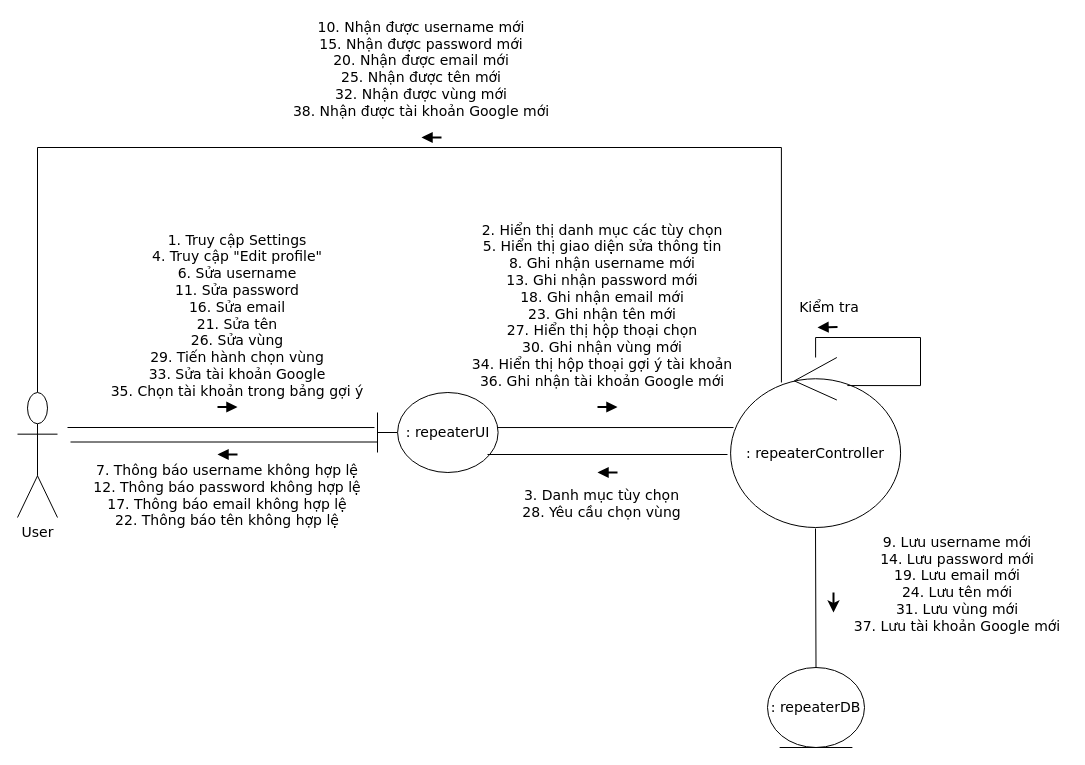
This is ToDoApp-Doc/Document/Diagram/Collaboration Diagram/ManageUserInfo/ManageUserInfo_CollaborationDiagram.drawio from Merevoli-DatLuu/To-Do-App, a draw.io file, before an edit. Source tidied: cells renumbered, new cells numbered last; positions are measured from the earlier drawing's top-left corner, leaving out a move shared by most shapes. Both pictures are drawn from the tidied source at 100%, with x=0, y=0 at pixel (17, 17).
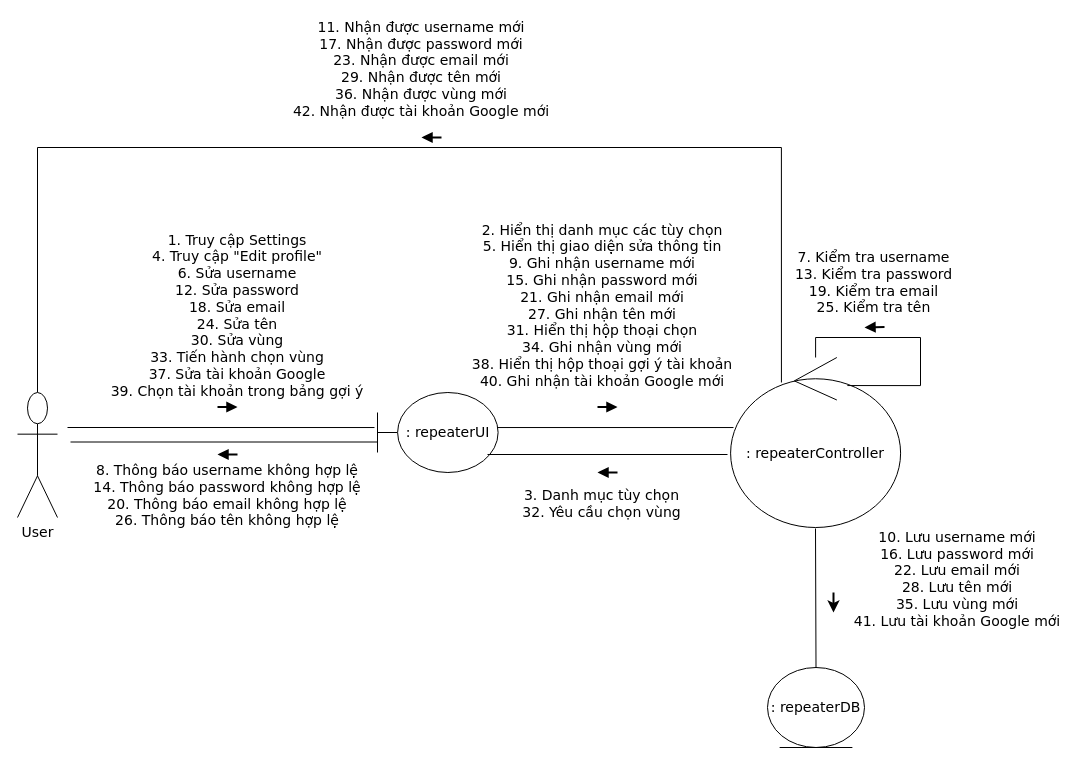
The same diagram, later.

Commit message (it also covers changes not shown here):
[Modified]: ManageUserInfo Collaboration diagram

The edit, as a diff of the source:
```diff
@@
     <mxCell id="8" style="endArrow=block;html=1;fontFamily=Verdana;fontSize=14;endFill=1;strokeWidth=2;" parent="1" edge="1">
       <mxGeometry relative="1" as="geometry">
-        <mxPoint x="820" y="309.5" as="sourcePoint" />
-        <mxPoint x="800" y="310" as="targetPoint" />
+        <mxPoint x="867" y="309.5" as="sourcePoint" />
+        <mxPoint x="847" y="310" as="targetPoint" />
       </mxGeometry>
     </mxCell>
-    <mxCell id="9" value="&lt;span style=&quot;background-color: rgb(255 , 255 , 255)&quot;&gt;Kiểm tra&lt;/span&gt;" style="text;html=1;strokeColor=none;fillColor=none;align=center;verticalAlign=middle;whiteSpace=wrap;rounded=0;fontFamily=Verdana;fontSize=14;" parent="1" vertex="1">
-      <mxGeometry x="777" y="280" width="70" height="20" as="geometry" />
+    <mxCell id="9" value="&lt;span style=&quot;background-color: rgb(255 , 255 , 255)&quot;&gt;7. Kiểm tra username&lt;br&gt;13. Kiểm tra password&lt;br&gt;19. Kiểm tra email&lt;br&gt;25. Kiểm tra tên&lt;br&gt;&lt;/span&gt;" style="text;html=1;strokeColor=none;fillColor=none;align=center;verticalAlign=middle;whiteSpace=wrap;rounded=0;fontFamily=Verdana;fontSize=14;" parent="1" vertex="1">
+      <mxGeometry x="760" y="230" width="193" height="70" as="geometry" />
     </mxCell>
@@
-    <mxCell id="13" value="&lt;span style=&quot;background-color: rgb(255 , 255 , 255)&quot;&gt;1. Truy cập Settings&lt;/span&gt;&lt;span style=&quot;background-color: rgb(255 , 255 , 255)&quot;&gt;&lt;br&gt;&lt;/span&gt;&lt;span style=&quot;background-color: rgb(255 , 255 , 255)&quot;&gt;4. Truy cập &quot;Edit profile&quot;&lt;/span&gt;&lt;span style=&quot;font-family: &amp;#34;verdana&amp;#34; ; background-color: rgb(255 , 255 , 255)&quot;&gt;&lt;br&gt;&lt;/span&gt;&lt;span style=&quot;background-color: rgb(255 , 255 , 255)&quot;&gt;6. Sửa username&lt;/span&gt;&lt;span style=&quot;background-color: rgb(255 , 255 , 255)&quot;&gt;&lt;br&gt;&lt;/span&gt;&lt;span style=&quot;background-color: rgb(255 , 255 , 255)&quot;&gt;11. Sửa password&lt;/span&gt;&lt;br&gt;&lt;span style=&quot;background-color: rgb(255 , 255 , 255)&quot;&gt;16. Sửa email&lt;/span&gt;&lt;span style=&quot;font-family: &amp;#34;verdana&amp;#34; ; background-color: rgb(255 , 255 , 255)&quot;&gt;&lt;br&gt;&lt;/span&gt;&lt;span style=&quot;background-color: rgb(255 , 255 , 255)&quot;&gt;21. Sửa tên&lt;/span&gt;&lt;span style=&quot;background-color: rgb(255 , 255 , 255)&quot;&gt;&lt;br&gt;&lt;/span&gt;&lt;span style=&quot;background-color: rgb(255 , 255 , 255)&quot;&gt;26. Sửa vùng&lt;/span&gt;&lt;span style=&quot;font-family: &amp;#34;verdana&amp;#34; ; background-color: rgb(255 , 255 , 255)&quot;&gt;&lt;br&gt;&lt;/span&gt;&lt;span style=&quot;background-color: rgb(255 , 255 , 255)&quot;&gt;29. Tiến hành chọn vùng&lt;/span&gt;&lt;span style=&quot;background-color: rgb(255 , 255 , 255)&quot;&gt;&lt;br&gt;&lt;/span&gt;&lt;span style=&quot;background-color: rgb(255 , 255 , 255)&quot;&gt;33. Sửa tài khoản Google&lt;/span&gt;&lt;span style=&quot;background-color: rgb(255 , 255 , 255)&quot;&gt;&lt;br&gt;&lt;/span&gt;&lt;span style=&quot;background-color: rgb(255 , 255 , 255)&quot;&gt;35. Chọn tài khoản trong bảng gợi ý&lt;/span&gt;&lt;span style=&quot;font-family: &amp;#34;verdana&amp;#34; ; background-color: rgb(255 , 255 , 255)&quot;&gt;&lt;br&gt;&lt;/span&gt;" style="text;html=1;strokeColor=none;fillColor=none;align=center;verticalAlign=middle;whiteSpace=wrap;rounded=0;fontFamily=Verdana;fontSize=14;" parent="1" vertex="1">
+    <mxCell id="13" value="&lt;span style=&quot;background-color: rgb(255 , 255 , 255)&quot;&gt;1. Truy cập Settings&lt;/span&gt;&lt;span style=&quot;background-color: rgb(255 , 255 , 255)&quot;&gt;&lt;br&gt;&lt;/span&gt;&lt;span style=&quot;background-color: rgb(255 , 255 , 255)&quot;&gt;4. Truy cập &quot;Edit profile&quot;&lt;/span&gt;&lt;span style=&quot;font-family: &amp;#34;verdana&amp;#34; ; background-color: rgb(255 , 255 , 255)&quot;&gt;&lt;br&gt;&lt;/span&gt;&lt;span style=&quot;background-color: rgb(255 , 255 , 255)&quot;&gt;6. Sửa username&lt;/span&gt;&lt;span style=&quot;background-color: rgb(255 , 255 , 255)&quot;&gt;&lt;br&gt;&lt;/span&gt;&lt;span style=&quot;background-color: rgb(255 , 255 , 255)&quot;&gt;12. Sửa password&lt;/span&gt;&lt;br&gt;&lt;span style=&quot;background-color: rgb(255 , 255 , 255)&quot;&gt;18. Sửa email&lt;/span&gt;&lt;span style=&quot;font-family: &amp;#34;verdana&amp;#34; ; background-color: rgb(255 , 255 , 255)&quot;&gt;&lt;br&gt;&lt;/span&gt;&lt;span style=&quot;background-color: rgb(255 , 255 , 255)&quot;&gt;24. Sửa tên&lt;/span&gt;&lt;span style=&quot;background-color: rgb(255 , 255 , 255)&quot;&gt;&lt;br&gt;&lt;/span&gt;&lt;span style=&quot;background-color: rgb(255 , 255 , 255)&quot;&gt;30. Sửa vùng&lt;/span&gt;&lt;span style=&quot;font-family: &amp;#34;verdana&amp;#34; ; background-color: rgb(255 , 255 , 255)&quot;&gt;&lt;br&gt;&lt;/span&gt;&lt;span style=&quot;background-color: rgb(255 , 255 , 255)&quot;&gt;33. Tiến hành chọn vùng&lt;/span&gt;&lt;span style=&quot;background-color: rgb(255 , 255 , 255)&quot;&gt;&lt;br&gt;&lt;/span&gt;&lt;span style=&quot;background-color: rgb(255 , 255 , 255)&quot;&gt;37. Sửa tài khoản Google&lt;/span&gt;&lt;span style=&quot;background-color: rgb(255 , 255 , 255)&quot;&gt;&lt;br&gt;&lt;/span&gt;&lt;span style=&quot;background-color: rgb(255 , 255 , 255)&quot;&gt;39. Chọn tài khoản trong bảng gợi ý&lt;/span&gt;&lt;span style=&quot;font-family: &amp;#34;verdana&amp;#34; ; background-color: rgb(255 , 255 , 255)&quot;&gt;&lt;br&gt;&lt;/span&gt;" style="text;html=1;strokeColor=none;fillColor=none;align=center;verticalAlign=middle;whiteSpace=wrap;rounded=0;fontFamily=Verdana;fontSize=14;" parent="1" vertex="1">
       <mxGeometry x="90" y="210" width="260" height="175" as="geometry" />
     </mxCell>
@@
-    <mxCell id="15" value="&lt;span style=&quot;background-color: rgb(255 , 255 , 255)&quot;&gt;2. Hiển thị danh mục các tùy chọn&lt;/span&gt;&lt;br&gt;&lt;span style=&quot;background-color: rgb(255 , 255 , 255)&quot;&gt;5. Hiển thị giao diện sửa thông tin&lt;/span&gt;&lt;br&gt;&lt;span style=&quot;background-color: rgb(255 , 255 , 255)&quot;&gt;8. Ghi nhận username mới&lt;/span&gt;&lt;br&gt;&lt;span style=&quot;background-color: rgb(255 , 255 , 255)&quot;&gt;13. Ghi nhận password mới&lt;/span&gt;&lt;br&gt;&lt;span style=&quot;background-color: rgb(255 , 255 , 255)&quot;&gt;18. Ghi nhận email mới&lt;/span&gt;&lt;br&gt;&lt;span style=&quot;background-color: rgb(255 , 255 , 255)&quot;&gt;23. Ghi nhận tên mới&lt;/span&gt;&lt;br&gt;&lt;span style=&quot;background-color: rgb(255 , 255 , 255)&quot;&gt;27. Hiển thị hộp thoại chọn&lt;/span&gt;&lt;span style=&quot;font-family: &amp;#34;verdana&amp;#34; ; background-color: rgb(255 , 255 , 255)&quot;&gt;&lt;br&gt;&lt;/span&gt;&lt;span style=&quot;background-color: rgb(255 , 255 , 255)&quot;&gt;30. Ghi nhận vùng mới&lt;/span&gt;&lt;span style=&quot;background-color: rgb(255 , 255 , 255)&quot;&gt;&lt;br&gt;&lt;/span&gt;&lt;span style=&quot;background-color: rgb(255 , 255 , 255)&quot;&gt;34. Hiển thị hộp thoại gợi ý tài khoản&lt;/span&gt;&lt;span style=&quot;background-color: rgb(255 , 255 , 255)&quot;&gt;&lt;br&gt;&lt;/span&gt;&lt;span style=&quot;background-color: rgb(255 , 255 , 255)&quot;&gt;36. Ghi nhận tài khoản Google mới&lt;/span&gt;&lt;span style=&quot;font-family: &amp;#34;verdana&amp;#34; ; background-color: rgb(255 , 255 , 255)&quot;&gt;&lt;br&gt;&lt;/span&gt;" style="text;html=1;strokeColor=none;fillColor=none;align=center;verticalAlign=middle;whiteSpace=wrap;rounded=0;fontFamily=Verdana;fontSize=14;" parent="1" vertex="1">
+    <mxCell id="15" value="&lt;span style=&quot;background-color: rgb(255 , 255 , 255)&quot;&gt;2. Hiển thị danh mục các tùy chọn&lt;/span&gt;&lt;br&gt;&lt;span style=&quot;background-color: rgb(255 , 255 , 255)&quot;&gt;5. Hiển thị giao diện sửa thông tin&lt;/span&gt;&lt;br&gt;&lt;span style=&quot;background-color: rgb(255 , 255 , 255)&quot;&gt;9. Ghi nhận username mới&lt;/span&gt;&lt;br&gt;&lt;span style=&quot;background-color: rgb(255 , 255 , 255)&quot;&gt;15. Ghi nhận password mới&lt;/span&gt;&lt;br&gt;&lt;span style=&quot;background-color: rgb(255 , 255 , 255)&quot;&gt;21. Ghi nhận email mới&lt;/span&gt;&lt;br&gt;&lt;span style=&quot;background-color: rgb(255 , 255 , 255)&quot;&gt;27. Ghi nhận tên mới&lt;/span&gt;&lt;br&gt;&lt;span style=&quot;background-color: rgb(255 , 255 , 255)&quot;&gt;31. Hiển thị hộp thoại chọn&lt;/span&gt;&lt;span style=&quot;font-family: &amp;#34;verdana&amp;#34; ; background-color: rgb(255 , 255 , 255)&quot;&gt;&lt;br&gt;&lt;/span&gt;&lt;span style=&quot;background-color: rgb(255 , 255 , 255)&quot;&gt;34. Ghi nhận vùng mới&lt;/span&gt;&lt;span style=&quot;background-color: rgb(255 , 255 , 255)&quot;&gt;&lt;br&gt;&lt;/span&gt;&lt;span style=&quot;background-color: rgb(255 , 255 , 255)&quot;&gt;38. Hiển thị hộp thoại gợi ý tài khoản&lt;/span&gt;&lt;span style=&quot;background-color: rgb(255 , 255 , 255)&quot;&gt;&lt;br&gt;&lt;/span&gt;&lt;span style=&quot;background-color: rgb(255 , 255 , 255)&quot;&gt;40. Ghi nhận tài khoản Google mới&lt;/span&gt;&lt;span style=&quot;font-family: &amp;#34;verdana&amp;#34; ; background-color: rgb(255 , 255 , 255)&quot;&gt;&lt;br&gt;&lt;/span&gt;" style="text;html=1;strokeColor=none;fillColor=none;align=center;verticalAlign=middle;whiteSpace=wrap;rounded=0;fontFamily=Verdana;fontSize=14;" parent="1" vertex="1">
       <mxGeometry x="450" y="200" width="270" height="175" as="geometry" />
     </mxCell>
-    <mxCell id="16" value="&lt;span style=&quot;background-color: rgb(255 , 255 , 255)&quot;&gt;9. Lưu username mới&lt;/span&gt;&lt;span style=&quot;background-color: rgb(255 , 255 , 255)&quot;&gt;&lt;br&gt;&lt;/span&gt;&lt;span style=&quot;background-color: rgb(255 , 255 , 255)&quot;&gt;14. Lưu password mới&lt;br&gt;&lt;/span&gt;&lt;span style=&quot;background-color: rgb(255 , 255 , 255)&quot;&gt;19. Lưu email mới&lt;/span&gt;&lt;span style=&quot;background-color: rgb(255 , 255 , 255)&quot;&gt;&lt;br&gt;&lt;/span&gt;&lt;span style=&quot;background-color: rgb(255 , 255 , 255)&quot;&gt;24. Lưu tên mới&lt;/span&gt;&lt;span style=&quot;background-color: rgb(255 , 255 , 255)&quot;&gt;&lt;br&gt;&lt;/span&gt;&lt;span style=&quot;background-color: rgb(255 , 255 , 255)&quot;&gt;31. Lưu vùng mới&lt;/span&gt;&lt;span style=&quot;background-color: rgb(255 , 255 , 255)&quot;&gt;&lt;br&gt;&lt;/span&gt;&lt;span style=&quot;background-color: rgb(255 , 255 , 255)&quot;&gt;37. Lưu tài khoản Google mới&lt;/span&gt;&lt;span style=&quot;background-color: rgb(255 , 255 , 255)&quot;&gt;&lt;br&gt;&lt;/span&gt;&lt;span style=&quot;background-color: rgb(255 , 255 , 255)&quot;&gt;&lt;br&gt;&lt;/span&gt;" style="text;html=1;strokeColor=none;fillColor=none;align=center;verticalAlign=middle;whiteSpace=wrap;rounded=0;fontFamily=Verdana;fontSize=14;" parent="1" vertex="1">
-      <mxGeometry x="830" y="520" width="220" height="110" as="geometry" />
+    <mxCell id="16" value="&lt;span style=&quot;background-color: rgb(255 , 255 , 255)&quot;&gt;10. Lưu username mới&lt;/span&gt;&lt;span style=&quot;background-color: rgb(255 , 255 , 255)&quot;&gt;&lt;br&gt;&lt;/span&gt;&lt;span style=&quot;background-color: rgb(255 , 255 , 255)&quot;&gt;16. Lưu password mới&lt;br&gt;&lt;/span&gt;&lt;span style=&quot;background-color: rgb(255 , 255 , 255)&quot;&gt;22. Lưu email mới&lt;/span&gt;&lt;span style=&quot;background-color: rgb(255 , 255 , 255)&quot;&gt;&lt;br&gt;&lt;/span&gt;&lt;span style=&quot;background-color: rgb(255 , 255 , 255)&quot;&gt;28. Lưu tên mới&lt;/span&gt;&lt;span style=&quot;background-color: rgb(255 , 255 , 255)&quot;&gt;&lt;br&gt;&lt;/span&gt;&lt;span style=&quot;background-color: rgb(255 , 255 , 255)&quot;&gt;35. Lưu vùng mới&lt;/span&gt;&lt;span style=&quot;background-color: rgb(255 , 255 , 255)&quot;&gt;&lt;br&gt;&lt;/span&gt;&lt;span style=&quot;background-color: rgb(255 , 255 , 255)&quot;&gt;41. Lưu tài khoản Google mới&lt;/span&gt;&lt;span style=&quot;background-color: rgb(255 , 255 , 255)&quot;&gt;&lt;br&gt;&lt;/span&gt;&lt;span style=&quot;background-color: rgb(255 , 255 , 255)&quot;&gt;&lt;br&gt;&lt;/span&gt;" style="text;html=1;strokeColor=none;fillColor=none;align=center;verticalAlign=middle;whiteSpace=wrap;rounded=0;fontFamily=Verdana;fontSize=14;" parent="1" vertex="1">
+      <mxGeometry x="830" y="510" width="220" height="120" as="geometry" />
     </mxCell>
@@
-    <mxCell id="20" value="&lt;span style=&quot;background-color: rgb(255 , 255 , 255)&quot;&gt;3. Danh mục tùy chọn&lt;/span&gt;&lt;span style=&quot;background-color: rgb(255 , 255 , 255)&quot;&gt;&lt;br&gt;&lt;/span&gt;&lt;span style=&quot;background-color: rgb(255 , 255 , 255)&quot;&gt;28. Yêu cầu chọn vùng&lt;/span&gt;&lt;span style=&quot;color: rgba(0 , 0 , 0 , 0) ; font-family: monospace ; font-size: 0px&quot;&gt;3CmxGraphModel%3E%3Croot%3E%3CmxCell%20id%3D%220%22%2F%3E%3CmxCell%20id%3D%221%22%20parent%3D%220%22%2F%3E%3CmxCell%20id%3D%222%22%20value%3D%22%26lt%3Bspan%20style%3D%26quot%3Bbackground-color%3A%20rgb(255%20%2C%20255%20%2C%20255)%26quot%3B%26gt%3B46.%20%C4%90%E1%BB%8Dc%20danh%20s%C3%A1ch%26lt%3B%2Fspan%26gt%3B%22%20style%3D%22text%3Bhtml%3D1%3BstrokeColor%3Dnone%3BfillColor%3Dnone%3Balign%3Dcenter%3BverticalAlign%3Dmiddle%3BwhiteSpace%3Dwrap%3Brounded%3D0%3BfontFamily%3DVerdana%3BfontSize%3D14%3B%22%20vertex%3D%221%22%20parent%3D%221%22%3E%3CmxGeometry%20x%3D%22616.88%22%20y%3D%22780%22%20width%3D%22136.25%22%20height%3D%2220%22%20as%3D%22geometry%22%2F%3E%3C%2FmxCell%3E%3C%2Froot%3E%3C%2FmxGraphModel%3E&lt;/span&gt;&lt;span style=&quot;background-color: rgb(255 , 255 , 255)&quot;&gt;&lt;br&gt;&lt;/span&gt;&lt;span style=&quot;background-color: rgb(255 , 255 , 255)&quot;&gt;&lt;br&gt;&lt;/span&gt;" style="text;html=1;strokeColor=none;fillColor=none;align=center;verticalAlign=middle;whiteSpace=wrap;rounded=0;fontFamily=Verdana;fontSize=14;" parent="1" vertex="1">
+    <mxCell id="20" value="&lt;span style=&quot;background-color: rgb(255 , 255 , 255)&quot;&gt;3. Danh mục tùy chọn&lt;/span&gt;&lt;span style=&quot;background-color: rgb(255 , 255 , 255)&quot;&gt;&lt;br&gt;&lt;/span&gt;&lt;span style=&quot;background-color: rgb(255 , 255 , 255)&quot;&gt;32. Yêu cầu chọn vùng&lt;/span&gt;&lt;span style=&quot;color: rgba(0 , 0 , 0 , 0) ; font-family: monospace ; font-size: 0px&quot;&gt;3CmxGraphModel%3E%3Croot%3E%3CmxCell%20id%3D%220%22%2F%3E%3CmxCell%20id%3D%221%22%20parent%3D%220%22%2F%3E%3CmxCell%20id%3D%222%22%20value%3D%22%26lt%3Bspan%20style%3D%26quot%3Bbackground-color%3A%20rgb(255%20%2C%20255%20%2C%20255)%26quot%3B%26gt%3B46.%20%C4%90%E1%BB%8Dc%20danh%20s%C3%A1ch%26lt%3B%2Fspan%26gt%3B%22%20style%3D%22text%3Bhtml%3D1%3BstrokeColor%3Dnone%3BfillColor%3Dnone%3Balign%3Dcenter%3BverticalAlign%3Dmiddle%3BwhiteSpace%3Dwrap%3Brounded%3D0%3BfontFamily%3DVerdana%3BfontSize%3D14%3B%22%20vertex%3D%221%22%20parent%3D%221%22%3E%3CmxGeometry%20x%3D%22616.88%22%20y%3D%22780%22%20width%3D%22136.25%22%20height%3D%2220%22%20as%3D%22geometry%22%2F%3E%3C%2FmxCell%3E%3C%2Froot%3E%3C%2FmxGraphModel%3E&lt;/span&gt;&lt;span style=&quot;background-color: rgb(255 , 255 , 255)&quot;&gt;&lt;br&gt;&lt;/span&gt;&lt;span style=&quot;background-color: rgb(255 , 255 , 255)&quot;&gt;&lt;br&gt;&lt;/span&gt;" style="text;html=1;strokeColor=none;fillColor=none;align=center;verticalAlign=middle;whiteSpace=wrap;rounded=0;fontFamily=Verdana;fontSize=14;" parent="1" vertex="1">
       <mxGeometry x="500.3" y="470" width="169.4" height="50" as="geometry" />
     </mxCell>
@@
-    <mxCell id="22" value="&lt;span style=&quot;background-color: rgb(255 , 255 , 255)&quot;&gt;10. Nhận được username mới&lt;/span&gt;&lt;span style=&quot;background-color: rgb(255 , 255 , 255)&quot;&gt;&lt;br&gt;&lt;/span&gt;&lt;span style=&quot;background-color: rgb(255 , 255 , 255)&quot;&gt;15. Nhận được&amp;nbsp;password mới&lt;br&gt;&lt;/span&gt;&lt;span style=&quot;background-color: rgb(255 , 255 , 255)&quot;&gt;20. Nhận được&amp;nbsp;email mới&lt;/span&gt;&lt;span style=&quot;background-color: rgb(255 , 255 , 255)&quot;&gt;&lt;br&gt;&lt;/span&gt;&lt;span style=&quot;background-color: rgb(255 , 255 , 255)&quot;&gt;25. Nhận được&amp;nbsp;tên mới&lt;/span&gt;&lt;span style=&quot;background-color: rgb(255 , 255 , 255)&quot;&gt;&lt;br&gt;&lt;/span&gt;&lt;span style=&quot;background-color: rgb(255 , 255 , 255)&quot;&gt;32. Nhận được&amp;nbsp;vùng mới&lt;br&gt;&lt;/span&gt;&lt;span style=&quot;background-color: rgb(255 , 255 , 255)&quot;&gt;38. Nhận được&amp;nbsp;tài khoản Google mới&lt;/span&gt;&lt;span style=&quot;background-color: rgb(255 , 255 , 255)&quot;&gt;&lt;br&gt;&lt;/span&gt;&lt;span style=&quot;background-color: rgb(255 , 255 , 255)&quot;&gt;&lt;br&gt;&lt;/span&gt;" style="text;html=1;strokeColor=none;fillColor=none;align=center;verticalAlign=middle;whiteSpace=wrap;rounded=0;fontFamily=Verdana;fontSize=14;" parent="1" vertex="1">
+    <mxCell id="22" value="&lt;span style=&quot;background-color: rgb(255 , 255 , 255)&quot;&gt;11. Nhận được username mới&lt;/span&gt;&lt;span style=&quot;background-color: rgb(255 , 255 , 255)&quot;&gt;&lt;br&gt;&lt;/span&gt;&lt;span style=&quot;background-color: rgb(255 , 255 , 255)&quot;&gt;17. Nhận được&amp;nbsp;password mới&lt;br&gt;&lt;/span&gt;&lt;span style=&quot;background-color: rgb(255 , 255 , 255)&quot;&gt;23. Nhận được&amp;nbsp;email mới&lt;/span&gt;&lt;span style=&quot;background-color: rgb(255 , 255 , 255)&quot;&gt;&lt;br&gt;&lt;/span&gt;&lt;span style=&quot;background-color: rgb(255 , 255 , 255)&quot;&gt;29. Nhận được&amp;nbsp;tên mới&lt;/span&gt;&lt;span style=&quot;background-color: rgb(255 , 255 , 255)&quot;&gt;&lt;br&gt;&lt;/span&gt;&lt;span style=&quot;background-color: rgb(255 , 255 , 255)&quot;&gt;36. Nhận được&amp;nbsp;vùng mới&lt;br&gt;&lt;/span&gt;&lt;span style=&quot;background-color: rgb(255 , 255 , 255)&quot;&gt;42. Nhận được&amp;nbsp;tài khoản Google mới&lt;/span&gt;&lt;span style=&quot;background-color: rgb(255 , 255 , 255)&quot;&gt;&lt;br&gt;&lt;/span&gt;&lt;span style=&quot;background-color: rgb(255 , 255 , 255)&quot;&gt;&lt;br&gt;&lt;/span&gt;" style="text;html=1;strokeColor=none;fillColor=none;align=center;verticalAlign=middle;whiteSpace=wrap;rounded=0;fontFamily=Verdana;fontSize=14;" parent="1" vertex="1">
       <mxGeometry x="271" width="266" height="120" as="geometry" />
     </mxCell>
@@
-    <mxCell id="26" value="&lt;span style=&quot;background-color: rgb(255 , 255 , 255)&quot;&gt;7. Thông báo username không hợp lệ&lt;br&gt;&lt;/span&gt;&lt;span style=&quot;background-color: rgb(255 , 255 , 255)&quot;&gt;12. Thông báo password không hợp lệ&lt;br&gt;&lt;/span&gt;&lt;span style=&quot;background-color: rgb(255 , 255 , 255)&quot;&gt;17. Thông báo email không hợp lệ&lt;br&gt;&lt;/span&gt;&lt;span style=&quot;background-color: rgb(255 , 255 , 255)&quot;&gt;22. Thông báo tên không hợp lệ&lt;/span&gt;&lt;span style=&quot;font-family: &amp;#34;verdana&amp;#34; ; background-color: rgb(255 , 255 , 255)&quot;&gt;&lt;br&gt;&lt;/span&gt;" style="text;html=1;strokeColor=none;fillColor=none;align=center;verticalAlign=middle;whiteSpace=wrap;rounded=0;fontFamily=Verdana;fontSize=14;" parent="1" vertex="1">
+    <mxCell id="26" value="&lt;span style=&quot;background-color: rgb(255 , 255 , 255)&quot;&gt;8. Thông báo username không hợp lệ&lt;br&gt;&lt;/span&gt;&lt;span style=&quot;background-color: rgb(255 , 255 , 255)&quot;&gt;14. Thông báo password không hợp lệ&lt;br&gt;&lt;/span&gt;&lt;span style=&quot;background-color: rgb(255 , 255 , 255)&quot;&gt;20. Thông báo email không hợp lệ&lt;br&gt;&lt;/span&gt;&lt;span style=&quot;background-color: rgb(255 , 255 , 255)&quot;&gt;26. Thông báo tên không hợp lệ&lt;/span&gt;&lt;span style=&quot;font-family: &amp;#34;verdana&amp;#34; ; background-color: rgb(255 , 255 , 255)&quot;&gt;&lt;br&gt;&lt;/span&gt;" style="text;html=1;strokeColor=none;fillColor=none;align=center;verticalAlign=middle;whiteSpace=wrap;rounded=0;fontFamily=Verdana;fontSize=14;" parent="1" vertex="1">
       <mxGeometry x="70" y="445" width="280" height="65" as="geometry" />
     </mxCell>
```
